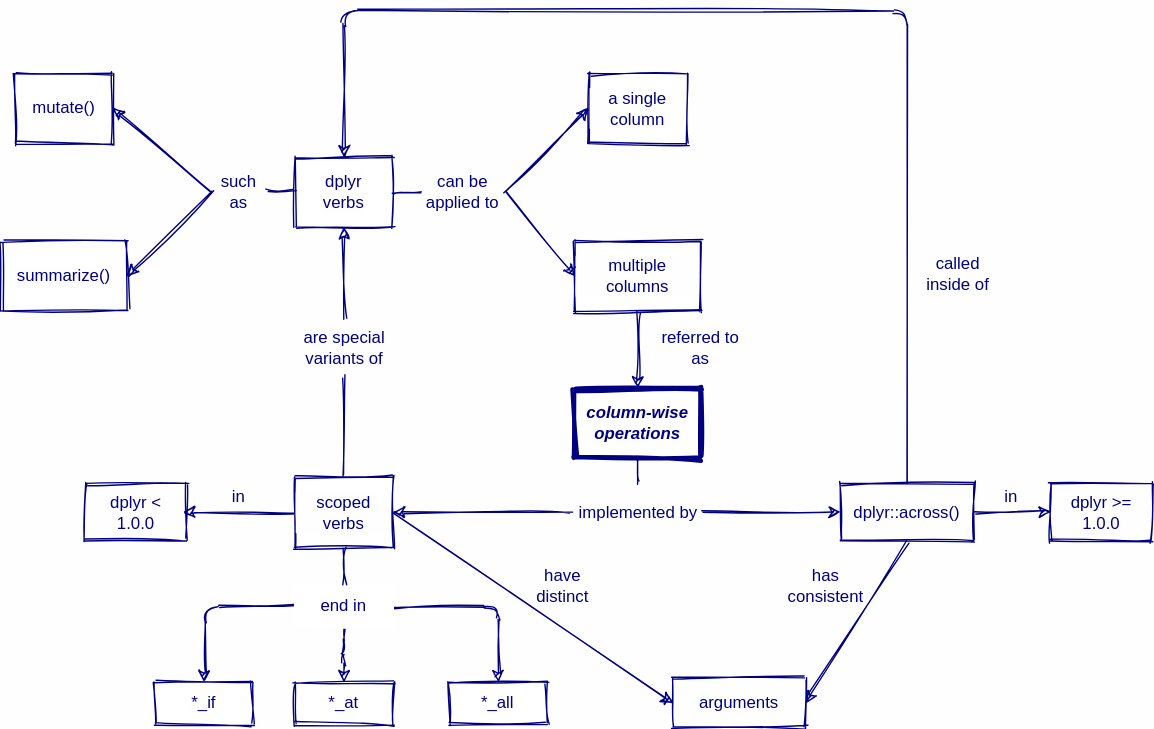
Above: en/columnwise-operations.svg in rstudio/concept-maps (draw.io), before the change. Source tidied: cells renumbered, new cells last; positions are measured from the earlier drawing's top-left corner, leaving out a move shared by most shapes. Its diagram source:
```xml
<mxGraphModel background="#FEFEFF">
  <root>
    <mxCell id="0" />
    <mxCell id="1" parent="0" />
    <mxCell id="2" value="dplyr&lt;br&gt;verbs" style="rounded=0;whiteSpace=wrap;html=1;fontColor=#000080;labelBorderColor=none;labelBackgroundColor=#FEFEFF;sketch=1;strokeColor=#000080;" parent="1" vertex="1">
      <mxGeometry x="210" y="105" width="70" height="50" as="geometry" />
    </mxCell>
    <mxCell id="3" value="mutate()" style="rounded=0;whiteSpace=wrap;html=1;fontColor=#000080;labelBorderColor=none;labelBackgroundColor=#FEFEFF;sketch=1;strokeColor=#000080;" parent="1" vertex="1">
      <mxGeometry x="10" y="45" width="70" height="50" as="geometry" />
    </mxCell>
    <mxCell id="4" value="summarize()" style="rounded=0;whiteSpace=wrap;html=1;fontColor=#000080;labelBorderColor=none;labelBackgroundColor=#FEFEFF;sketch=1;strokeColor=#000080;" parent="1" vertex="1">
      <mxGeometry y="165" width="90" height="50" as="geometry" />
    </mxCell>
    <mxCell id="5" style="endArrow=none;html=1;fontColor=#000080;endSize=6;startSize=6;exitX=1.001;exitY=0.481;exitDx=0;exitDy=0;exitPerimeter=0;sketch=1;strokeColor=#000080;" parent="1" edge="1" source="6">
      <mxGeometry relative="1" as="geometry">
        <mxPoint x="210" y="129.5" as="targetPoint" />
      </mxGeometry>
    </mxCell>
    <mxCell id="6" value="such as" style="text;html=1;fillColor=none;align=center;verticalAlign=middle;whiteSpace=wrap;rounded=0;labelBackgroundColor=#FEFEFF;sketch=1;fontColor=#000080;" parent="1" vertex="1">
      <mxGeometry x="150" y="115" width="40" height="30" as="geometry" />
    </mxCell>
    <mxCell id="7" style="endArrow=classic;html=1;fontColor=#000080;entryX=1;entryY=0.5;entryDx=0;entryDy=0;exitX=0;exitY=0.5;exitDx=0;exitDy=0;sketch=1;strokeColor=#000080;" parent="1" edge="1" source="6" target="3">
      <mxGeometry relative="1" as="geometry" />
    </mxCell>
    <mxCell id="8" style="endArrow=classic;html=1;fontColor=#000080;entryX=1;entryY=0.5;entryDx=0;entryDy=0;exitX=0;exitY=0.5;exitDx=0;exitDy=0;sketch=1;strokeColor=#000080;" parent="1" edge="1" source="6" target="4">
      <mxGeometry relative="1" as="geometry" />
    </mxCell>
    <mxCell id="9" style="endArrow=none;html=1;fontColor=#000080;endSize=6;startSize=6;exitX=1.001;exitY=0.481;exitDx=0;exitDy=0;exitPerimeter=0;sketch=1;strokeColor=#000080;" parent="1" edge="1">
      <mxGeometry relative="1" as="geometry">
        <mxPoint x="280" y="129.8" as="sourcePoint" />
        <mxPoint x="300" y="129.9" as="targetPoint" />
      </mxGeometry>
    </mxCell>
    <mxCell id="10" value="a single column" style="rounded=0;whiteSpace=wrap;html=1;fontColor=#000080;labelBorderColor=none;labelBackgroundColor=#FEFEFF;sketch=1;direction=east;strokeColor=#000080;" parent="1" vertex="1">
      <mxGeometry x="420" y="45" width="70" height="50" as="geometry" />
    </mxCell>
    <mxCell id="11" value="multiple columns" style="rounded=0;whiteSpace=wrap;html=1;fontColor=#000080;labelBorderColor=none;labelBackgroundColor=#FEFEFF;sketch=1;direction=east;strokeColor=#000080;" parent="1" vertex="1">
      <mxGeometry x="410" y="165" width="90" height="50" as="geometry" />
    </mxCell>
    <mxCell id="12" value="can be applied to" style="text;html=1;fillColor=none;align=center;verticalAlign=middle;whiteSpace=wrap;rounded=0;labelBackgroundColor=#FEFEFF;sketch=1;fontColor=#000080;direction=east;" parent="1" vertex="1">
      <mxGeometry x="300" y="115" width="60" height="30" as="geometry" />
    </mxCell>
    <mxCell id="13" style="endArrow=classic;html=1;fontColor=#000080;entryX=0;entryY=0.5;entryDx=0;entryDy=0;exitX=1;exitY=0.5;exitDx=0;exitDy=0;sketch=1;strokeColor=#000080;" parent="1" edge="1" source="12" target="10">
      <mxGeometry relative="1" as="geometry" />
    </mxCell>
    <mxCell id="14" style="endArrow=classic;html=1;fontColor=#000080;entryX=0;entryY=0.5;entryDx=0;entryDy=0;exitX=1;exitY=0.5;exitDx=0;exitDy=0;sketch=1;strokeColor=#000080;" parent="1" edge="1" source="12" target="11">
      <mxGeometry relative="1" as="geometry" />
    </mxCell>
    <mxCell id="15" style="edgeStyle=orthogonalEdgeStyle;curved=0;rounded=1;sketch=1;jettySize=auto;html=1;startSize=6;endSize=6;fontColor=#000080;strokeColor=#000080;" parent="1" edge="1" source="16">
      <mxGeometry relative="1" as="geometry">
        <mxPoint x="130" y="358.5" as="targetPoint" />
      </mxGeometry>
    </mxCell>
    <mxCell id="16" value="scoped verbs" style="rounded=0;whiteSpace=wrap;html=1;fontColor=#000080;labelBorderColor=none;labelBackgroundColor=#FEFEFF;sketch=1;strokeColor=#000080;" parent="1" vertex="1">
      <mxGeometry x="210" y="333.5" width="70" height="50" as="geometry" />
    </mxCell>
    <mxCell id="17" value="&lt;b&gt;&lt;i&gt;column-wise&lt;br&gt;operations&lt;/i&gt;&lt;/b&gt;" style="rounded=0;whiteSpace=wrap;html=1;fontColor=#000080;labelBorderColor=none;labelBackgroundColor=#FEFEFF;sketch=1;direction=east;strokeColor=#000080;strokeWidth=3;" parent="1" vertex="1">
      <mxGeometry x="410" y="270" width="90" height="50" as="geometry" />
    </mxCell>
    <mxCell id="18" style="endArrow=classic;html=1;fontColor=#000080;entryX=0.5;entryY=0;entryDx=0;entryDy=0;exitX=0.5;exitY=1;exitDx=0;exitDy=0;sketch=1;strokeColor=#000080;" parent="1" edge="1" source="11" target="17">
      <mxGeometry relative="1" as="geometry" />
    </mxCell>
    <mxCell id="19" value="referred to as" style="text;html=1;fillColor=none;align=center;verticalAlign=middle;whiteSpace=wrap;rounded=0;labelBackgroundColor=#FEFEFF;sketch=1;fontColor=#000080;" parent="1" vertex="1">
      <mxGeometry x="470" y="225.5" width="60" height="31" as="geometry" />
    </mxCell>
    <mxCell id="20" style="endArrow=none;html=1;fontColor=#000080;endSize=6;startSize=6;exitX=0.5;exitY=1;exitDx=0;exitDy=0;sketch=1;strokeColor=#000080;" parent="1" edge="1" source="17">
      <mxGeometry relative="1" as="geometry">
        <mxPoint x="455" y="338" as="targetPoint" />
      </mxGeometry>
    </mxCell>
    <mxCell id="21" style="edgeStyle=orthogonalEdgeStyle;curved=0;rounded=1;sketch=1;jettySize=auto;html=1;startSize=6;endSize=6;fontColor=#000080;strokeColor=#000080;" parent="1" edge="1" source="22" target="35">
      <mxGeometry relative="1" as="geometry" />
    </mxCell>
    <mxCell id="22" value="implemented by" style="text;html=1;fillColor=none;align=center;verticalAlign=middle;whiteSpace=wrap;rounded=0;labelBackgroundColor=#FEFEFF;sketch=1;fontColor=#000080;" parent="1" vertex="1">
      <mxGeometry x="407.5" y="338" width="95" height="41" as="geometry" />
    </mxCell>
    <mxCell id="23" style="endArrow=classic;html=1;fontColor=#000080;entryX=1;entryY=0.5;entryDx=0;entryDy=0;exitX=0;exitY=0.5;exitDx=0;exitDy=0;sketch=1;strokeColor=#000080;" parent="1" edge="1" source="22" target="16">
      <mxGeometry relative="1" as="geometry" />
    </mxCell>
    <mxCell id="24" value="are special variants of" style="text;html=1;fillColor=none;align=center;verticalAlign=middle;whiteSpace=wrap;rounded=0;labelBackgroundColor=#FEFEFF;sketch=1;fontColor=#000080;" parent="1" vertex="1">
      <mxGeometry x="208.8" y="221" width="72.5" height="40" as="geometry" />
    </mxCell>
    <mxCell id="25" style="endArrow=classic;html=1;fontColor=#000080;entryX=0.5;entryY=1;entryDx=0;entryDy=0;exitX=0.5;exitY=0;exitDx=0;exitDy=0;sketch=1;strokeColor=#000080;" parent="1" edge="1" source="24" target="2">
      <mxGeometry relative="1" as="geometry" />
    </mxCell>
    <mxCell id="26" style="endArrow=none;html=1;fontColor=#000080;entryX=0.5;entryY=1;entryDx=0;entryDy=0;exitX=0.5;exitY=0;exitDx=0;exitDy=0;sketch=1;strokeColor=#000080;" parent="1" edge="1" source="16" target="24">
      <mxGeometry relative="1" as="geometry" />
    </mxCell>
    <mxCell id="27" style="edgeStyle=orthogonalEdgeStyle;curved=0;rounded=1;sketch=1;jettySize=auto;html=1;startSize=6;endSize=6;fontColor=#000080;strokeColor=#000080;" parent="1" edge="1" source="30" target="31">
      <mxGeometry relative="1" as="geometry" />
    </mxCell>
    <mxCell id="28" style="edgeStyle=orthogonalEdgeStyle;curved=0;rounded=1;sketch=1;jettySize=auto;html=1;startSize=6;endSize=6;fontColor=#000080;strokeColor=#000080;" parent="1" edge="1" source="30" target="32">
      <mxGeometry relative="1" as="geometry" />
    </mxCell>
    <mxCell id="29" style="edgeStyle=orthogonalEdgeStyle;curved=0;rounded=1;sketch=1;jettySize=auto;html=1;startSize=6;endSize=6;fontColor=#000080;strokeColor=#000080;" parent="1" edge="1" source="30" target="33">
      <mxGeometry relative="1" as="geometry" />
    </mxCell>
    <mxCell id="30" value="end in" style="rounded=0;whiteSpace=wrap;html=1;fontColor=#000080;labelBorderColor=none;labelBackgroundColor=#FEFEFF;sketch=1;strokeColor=none;" parent="1" vertex="1">
      <mxGeometry x="210" y="411" width="70" height="30" as="geometry" />
    </mxCell>
    <mxCell id="31" value="*_if" style="rounded=0;whiteSpace=wrap;html=1;fontColor=#000080;labelBorderColor=none;labelBackgroundColor=#FEFEFF;sketch=1;strokeColor=#000080;" parent="1" vertex="1">
      <mxGeometry x="110" y="480" width="70" height="30" as="geometry" />
    </mxCell>
    <mxCell id="32" value="*_at" style="rounded=0;whiteSpace=wrap;html=1;fontColor=#000080;labelBorderColor=none;labelBackgroundColor=#FEFEFF;sketch=1;strokeColor=#000080;" parent="1" vertex="1">
      <mxGeometry x="210" y="480" width="70" height="30" as="geometry" />
    </mxCell>
    <mxCell id="33" value="*_all" style="rounded=0;whiteSpace=wrap;html=1;fontColor=#000080;labelBorderColor=none;labelBackgroundColor=#FEFEFF;sketch=1;strokeColor=#000080;" parent="1" vertex="1">
      <mxGeometry x="320" y="480" width="70" height="30" as="geometry" />
    </mxCell>
    <mxCell id="34" style="edgeStyle=orthogonalEdgeStyle;curved=0;rounded=1;sketch=1;jettySize=auto;html=1;startSize=6;endSize=6;fontColor=#000080;strokeColor=#000080;" parent="1" edge="1" source="35" target="36">
      <mxGeometry relative="1" as="geometry" />
    </mxCell>
    <mxCell id="35" value="dplyr::across()" style="text;html=1;fillColor=none;align=center;verticalAlign=middle;whiteSpace=wrap;rounded=0;labelBackgroundColor=#FEFEFF;sketch=1;fontColor=#000080;strokeColor=#000080;" parent="1" vertex="1">
      <mxGeometry x="600" y="338" width="95" height="41" as="geometry" />
    </mxCell>
    <mxCell id="36" value="dplyr &amp;gt;=&lt;br&gt;1.0.0" style="text;html=1;fillColor=none;align=center;verticalAlign=middle;whiteSpace=wrap;rounded=0;labelBackgroundColor=#FEFEFF;sketch=1;fontColor=#000080;strokeColor=#000080;" parent="1" vertex="1">
      <mxGeometry x="750" y="338" width="72.5" height="41" as="geometry" />
    </mxCell>
    <mxCell id="37" value="dplyr &amp;lt;&lt;br&gt;1.0.0" style="text;html=1;fillColor=none;align=center;verticalAlign=middle;whiteSpace=wrap;rounded=0;labelBackgroundColor=#FEFEFF;sketch=1;fontColor=#000080;strokeColor=#000080;" parent="1" vertex="1">
      <mxGeometry x="60" y="338" width="72.5" height="41" as="geometry" />
    </mxCell>
    <mxCell id="38" value="arguments" style="text;html=1;fillColor=none;align=center;verticalAlign=middle;whiteSpace=wrap;rounded=0;labelBackgroundColor=#FEFEFF;sketch=1;fontColor=#000080;strokeColor=#000080;" parent="1" vertex="1">
      <mxGeometry x="480" y="477.2" width="95" height="35.5" as="geometry" />
    </mxCell>
    <mxCell id="39" style="endArrow=none;html=1;fontColor=#000080;exitX=0.5;exitY=0;exitDx=0;exitDy=0;entryX=0.5;entryY=1;entryDx=0;entryDy=0;sketch=1;strokeColor=#000080;" parent="1" edge="1" source="30" target="16">
      <mxGeometry relative="1" as="geometry" />
    </mxCell>
    <mxCell id="40" style="endArrow=classic;html=1;fontColor=#000080;entryX=0;entryY=0.5;entryDx=0;entryDy=0;sketch=1;strokeColor=#000080;" parent="1" edge="1" target="38">
      <mxGeometry relative="1" as="geometry">
        <mxPoint x="280" y="360" as="sourcePoint" />
      </mxGeometry>
    </mxCell>
    <mxCell id="41" style="endArrow=classic;html=1;fontColor=#000080;exitX=0.5;exitY=1;exitDx=0;exitDy=0;entryX=1;entryY=0.5;entryDx=0;entryDy=0;sketch=1;strokeColor=#000080;" parent="1" edge="1" source="35" target="38">
      <mxGeometry relative="1" as="geometry" />
    </mxCell>
    <mxCell id="42" value="in" style="text;html=1;fillColor=none;align=center;verticalAlign=middle;whiteSpace=wrap;rounded=0;labelBackgroundColor=#FEFEFF;sketch=1;fontColor=#000080;" parent="1" vertex="1">
      <mxGeometry x="702" y="337.5" width="40" height="20" as="geometry" />
    </mxCell>
    <mxCell id="43" style="edgeStyle=orthogonalEdgeStyle;curved=0;rounded=1;sketch=1;jettySize=auto;html=1;startSize=6;endSize=6;fontColor=#000080;entryX=0.5;entryY=0;entryDx=0;entryDy=0;strokeColor=#000080;" parent="1" edge="1" source="35" target="2">
      <mxGeometry relative="1" as="geometry">
        <Array as="points">
          <mxPoint x="648" />
          <mxPoint x="245" />
        </Array>
      </mxGeometry>
    </mxCell>
    <mxCell id="44" value="called inside of" style="text;html=1;fillColor=none;align=center;verticalAlign=middle;whiteSpace=wrap;rounded=0;labelBackgroundColor=#FEFEFF;sketch=1;fontColor=#000080;" parent="1" vertex="1">
      <mxGeometry x="650" y="165" width="68" height="45" as="geometry" />
    </mxCell>
    <mxCell id="45" value="in" style="text;html=1;fillColor=none;align=center;verticalAlign=middle;whiteSpace=wrap;rounded=0;labelBackgroundColor=#FEFEFF;sketch=1;fontColor=#000080;" parent="1" vertex="1">
      <mxGeometry x="150" y="337.5" width="40" height="20" as="geometry" />
    </mxCell>
    <mxCell id="46" value="have&lt;br&gt;distinct" style="text;html=1;fillColor=none;align=center;verticalAlign=middle;whiteSpace=wrap;rounded=0;labelBackgroundColor=#FEFEFF;sketch=1;fontColor=#000080;" parent="1" vertex="1">
      <mxGeometry x="354" y="390" width="95" height="41" as="geometry" />
    </mxCell>
    <mxCell id="47" value="has &lt;br&gt;consistent" style="text;html=1;fillColor=none;align=center;verticalAlign=middle;whiteSpace=wrap;rounded=0;labelBackgroundColor=#FEFEFF;sketch=1;fontColor=#000080;" parent="1" vertex="1">
      <mxGeometry x="542" y="390" width="95" height="41" as="geometry" />
    </mxCell>
  </root>
</mxGraphModel>
```
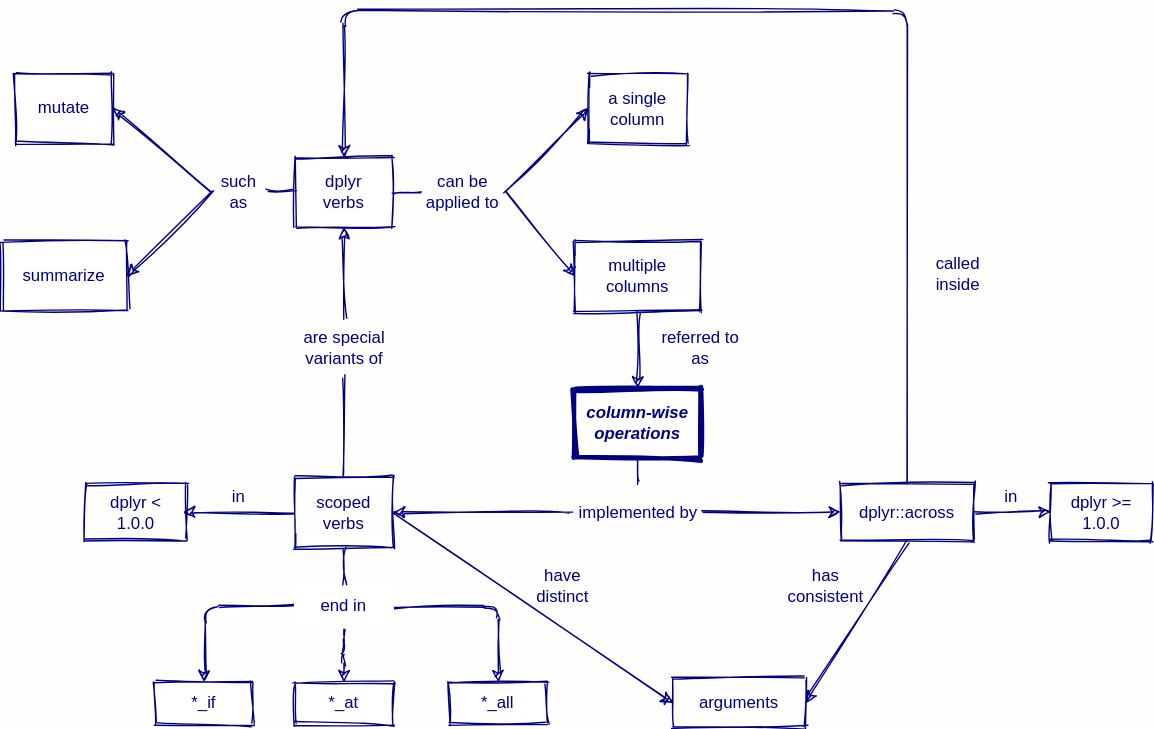
Later version of the same file.

What changed in the source:
```diff
@@ -5,10 +5,10 @@
     <mxCell id="2" value="dplyr&lt;br&gt;verbs" style="rounded=0;whiteSpace=wrap;html=1;fontColor=#000080;labelBorderColor=none;labelBackgroundColor=#FEFEFF;sketch=1;strokeColor=#000080;" parent="1" vertex="1">
       <mxGeometry x="210" y="105" width="70" height="50" as="geometry" />
     </mxCell>
-    <mxCell id="3" value="mutate()" style="rounded=0;whiteSpace=wrap;html=1;fontColor=#000080;labelBorderColor=none;labelBackgroundColor=#FEFEFF;sketch=1;strokeColor=#000080;" parent="1" vertex="1">
+    <mxCell id="3" value="mutate" style="rounded=0;whiteSpace=wrap;html=1;fontColor=#000080;labelBorderColor=none;labelBackgroundColor=#FEFEFF;sketch=1;strokeColor=#000080;" parent="1" vertex="1">
       <mxGeometry x="10" y="45" width="70" height="50" as="geometry" />
     </mxCell>
-    <mxCell id="4" value="summarize()" style="rounded=0;whiteSpace=wrap;html=1;fontColor=#000080;labelBorderColor=none;labelBackgroundColor=#FEFEFF;sketch=1;strokeColor=#000080;" parent="1" vertex="1">
+    <mxCell id="4" value="summarize" style="rounded=0;whiteSpace=wrap;html=1;fontColor=#000080;labelBorderColor=none;labelBackgroundColor=#FEFEFF;sketch=1;strokeColor=#000080;" parent="1" vertex="1">
       <mxGeometry y="165" width="90" height="50" as="geometry" />
     </mxCell>
     <mxCell id="5" style="endArrow=none;html=1;fontColor=#000080;endSize=6;startSize=6;exitX=1.001;exitY=0.481;exitDx=0;exitDy=0;exitPerimeter=0;sketch=1;strokeColor=#000080;" parent="1" edge="1" source="6">
@@ -110,7 +110,7 @@
     <mxCell id="34" style="edgeStyle=orthogonalEdgeStyle;curved=0;rounded=1;sketch=1;jettySize=auto;html=1;startSize=6;endSize=6;fontColor=#000080;strokeColor=#000080;" parent="1" edge="1" source="35" target="36">
       <mxGeometry relative="1" as="geometry" />
     </mxCell>
-    <mxCell id="35" value="dplyr::across()" style="text;html=1;fillColor=none;align=center;verticalAlign=middle;whiteSpace=wrap;rounded=0;labelBackgroundColor=#FEFEFF;sketch=1;fontColor=#000080;strokeColor=#000080;" parent="1" vertex="1">
+    <mxCell id="35" value="dplyr::across" style="text;html=1;fillColor=none;align=center;verticalAlign=middle;whiteSpace=wrap;rounded=0;labelBackgroundColor=#FEFEFF;sketch=1;fontColor=#000080;strokeColor=#000080;" parent="1" vertex="1">
       <mxGeometry x="600" y="338" width="95" height="41" as="geometry" />
     </mxCell>
     <mxCell id="36" value="dplyr &amp;gt;=&lt;br&gt;1.0.0" style="text;html=1;fillColor=none;align=center;verticalAlign=middle;whiteSpace=wrap;rounded=0;labelBackgroundColor=#FEFEFF;sketch=1;fontColor=#000080;strokeColor=#000080;" parent="1" vertex="1">
@@ -144,7 +144,7 @@
         </Array>
       </mxGeometry>
     </mxCell>
-    <mxCell id="44" value="called inside of" style="text;html=1;fillColor=none;align=center;verticalAlign=middle;whiteSpace=wrap;rounded=0;labelBackgroundColor=#FEFEFF;sketch=1;fontColor=#000080;" parent="1" vertex="1">
+    <mxCell id="44" value="called inside" style="text;html=1;fillColor=none;align=center;verticalAlign=middle;whiteSpace=wrap;rounded=0;labelBackgroundColor=#FEFEFF;sketch=1;fontColor=#000080;" parent="1" vertex="1">
       <mxGeometry x="650" y="165" width="68" height="45" as="geometry" />
     </mxCell>
     <mxCell id="45" value="in" style="text;html=1;fillColor=none;align=center;verticalAlign=middle;whiteSpace=wrap;rounded=0;labelBackgroundColor=#FEFEFF;sketch=1;fontColor=#000080;" parent="1" vertex="1">
```
